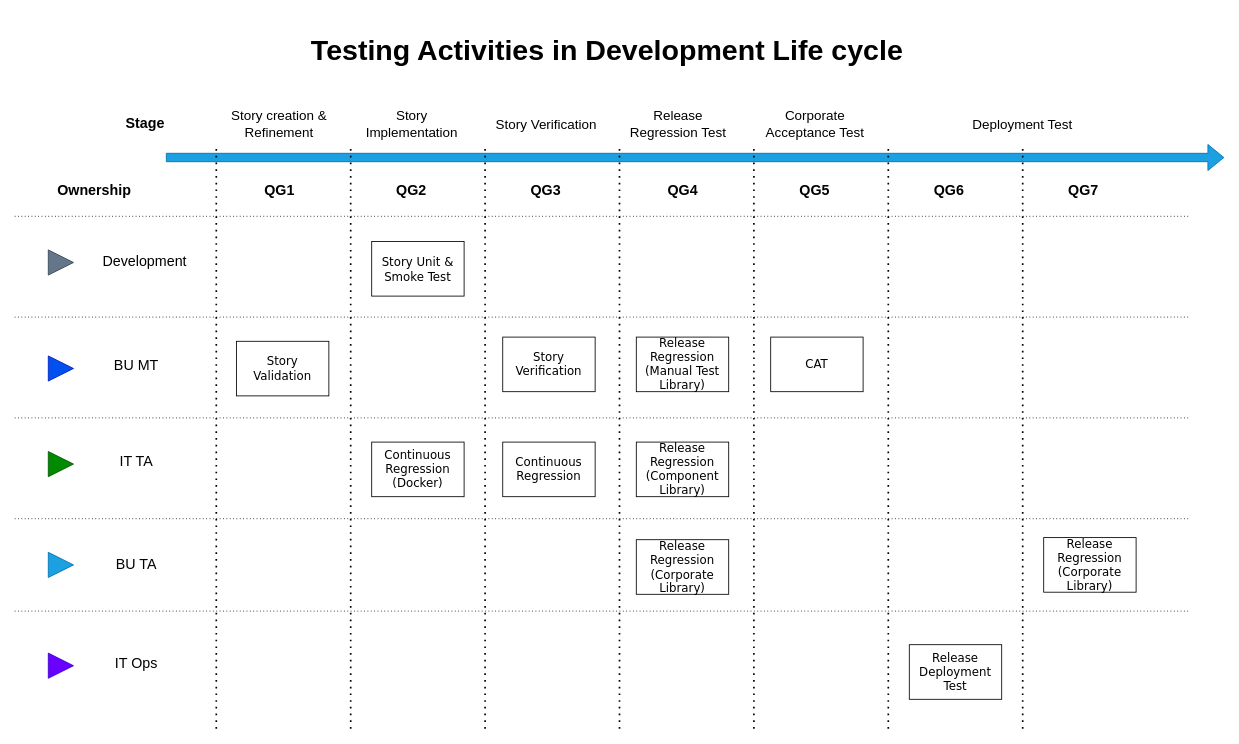
Above: Plugin Testing Levels 1.drawio in AndriiRatushnyi/Andrii.Ratushnyi (draw.io), before the change. Source tidied: cells renumbered, new cells numbered last; positions are measured from the earlier drawing's top-left corner, leaving out a move shared by most shapes. Both pictures are drawn from the tidied source at 84%, with x=0, y=0 at pixel (14, 23).
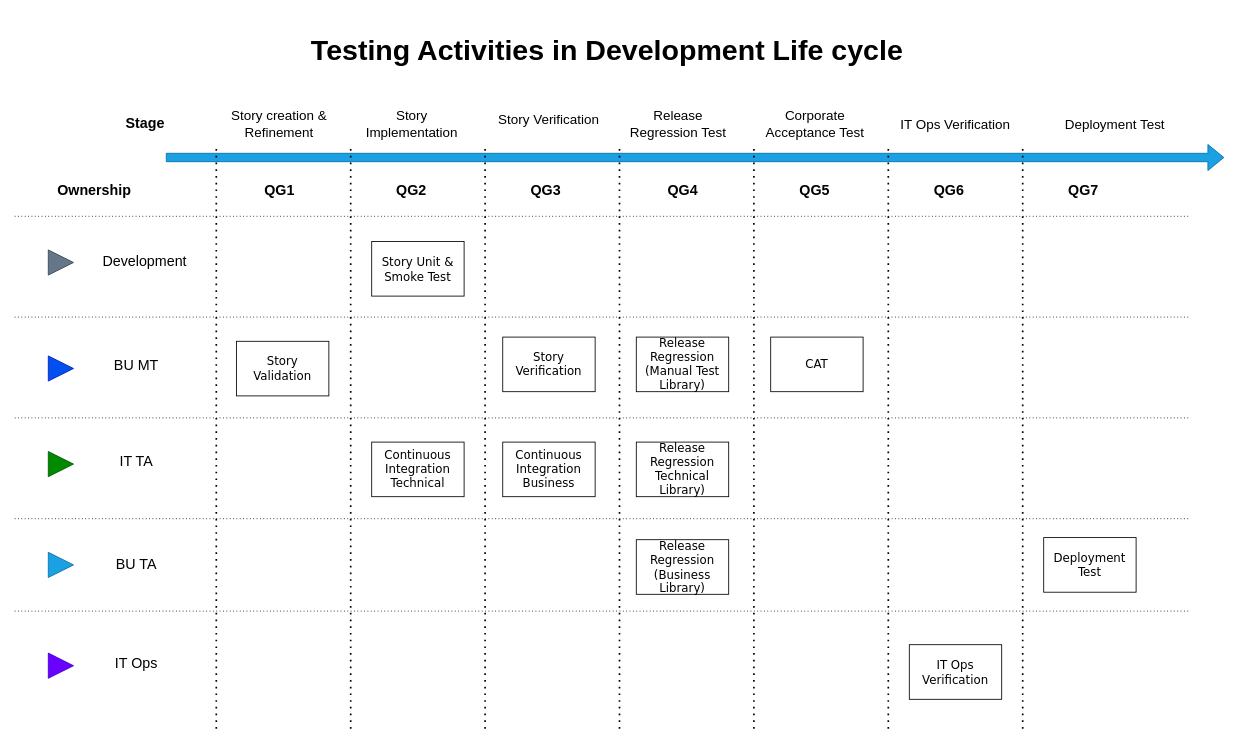
After the change.

The edit, as a diff of the source:
```diff
@@
-    <mxCell id="19" value="Continuous Regression (Docker)" style="rounded=0;whiteSpace=wrap;html=1;fontSize=14;fontFamily=Verdana;" parent="1" vertex="1">
+    <mxCell id="19" value="Continuous Integration Technical " style="rounded=0;whiteSpace=wrap;html=1;fontSize=14;fontFamily=Verdana;" parent="1" vertex="1">
       <mxGeometry x="425" y="498.8" width="110" height="65" as="geometry" />
     </mxCell>
-    <mxCell id="20" value="Continuous Regression" style="rounded=0;whiteSpace=wrap;html=1;fontSize=14;fontFamily=Verdana;" parent="1" vertex="1">
+    <mxCell id="20" value="Continuous Integration Business " style="rounded=0;whiteSpace=wrap;html=1;fontSize=14;fontFamily=Verdana;" parent="1" vertex="1">
       <mxGeometry x="581" y="498.8" width="110" height="65" as="geometry" />
     </mxCell>
-    <mxCell id="21" value="Release Regression (Component Library)" style="rounded=0;whiteSpace=wrap;html=1;fontSize=14;fontFamily=Verdana;" parent="1" vertex="1">
+    <mxCell id="21" value="Release Regression Technical Library)" style="rounded=0;whiteSpace=wrap;html=1;fontSize=14;fontFamily=Verdana;" parent="1" vertex="1">
       <mxGeometry x="740" y="498.8" width="110" height="65" as="geometry" />
     </mxCell>
@@
-    <mxCell id="25" value="Release Regression (Corporate Library)" style="rounded=0;whiteSpace=wrap;html=1;fontSize=14;fontFamily=Verdana;" parent="1" vertex="1">
+    <mxCell id="25" value="Release Regression (Business Library)" style="rounded=0;whiteSpace=wrap;html=1;fontSize=14;fontFamily=Verdana;" parent="1" vertex="1">
       <mxGeometry x="740" y="615" width="110" height="65" as="geometry" />
     </mxCell>
@@
-    <mxCell id="38" value="Release Deployment Test" style="rounded=0;whiteSpace=wrap;html=1;fontFamily=Verdana;fontSize=14;" parent="1" vertex="1">
+    <mxCell id="38" value="IT Ops Verification" style="rounded=0;whiteSpace=wrap;html=1;fontFamily=Verdana;fontSize=14;" parent="1" vertex="1">
       <mxGeometry x="1065" y="740" width="110" height="65" as="geometry" />
     </mxCell>
@@
-    <mxCell id="42" value="Story Verification" style="text;html=1;strokeColor=none;fillColor=none;align=center;verticalAlign=middle;whiteSpace=wrap;rounded=0;fontSize=16;" parent="1" vertex="1">
-      <mxGeometry x="562.5" y="110" width="140" height="20" as="geometry" />
+    <mxCell id="42" value="&lt;div&gt;Story Verification &lt;br&gt;&lt;/div&gt;" style="text;html=1;strokeColor=none;fillColor=none;align=center;verticalAlign=middle;whiteSpace=wrap;rounded=0;fontSize=16;" parent="1" vertex="1">
+      <mxGeometry x="551" y="105" width="170" height="20" as="geometry" />
     </mxCell>
@@
-    <mxCell id="45" value="Deployment Test" style="text;html=1;strokeColor=none;fillColor=none;align=center;verticalAlign=middle;whiteSpace=wrap;rounded=0;fontSize=16;" parent="1" vertex="1">
-      <mxGeometry x="1130" y="110" width="140" height="20" as="geometry" />
+    <mxCell id="45" value="IT Ops Verification" style="text;html=1;strokeColor=none;fillColor=none;align=center;verticalAlign=middle;whiteSpace=wrap;rounded=0;fontSize=16;" parent="1" vertex="1">
+      <mxGeometry x="1050" y="110" width="140" height="20" as="geometry" />
     </mxCell>
@@
-    <mxCell id="48" value="Release Regression (Corporate Library)" style="rounded=0;whiteSpace=wrap;html=1;fontSize=14;fontFamily=Verdana;" parent="1" vertex="1">
+    <mxCell id="48" value="Deployment Test" style="rounded=0;whiteSpace=wrap;html=1;fontSize=14;fontFamily=Verdana;" parent="1" vertex="1">
       <mxGeometry x="1225" y="612.5" width="110" height="65" as="geometry" />
     </mxCell>
@@
+    <mxCell id="52" value="Deployment Test" style="text;html=1;strokeColor=none;fillColor=none;align=center;verticalAlign=middle;whiteSpace=wrap;rounded=0;fontSize=16;" parent="1" vertex="1">
+      <mxGeometry x="1240" y="110" width="140" height="20" as="geometry" />
+    </mxCell>
```
